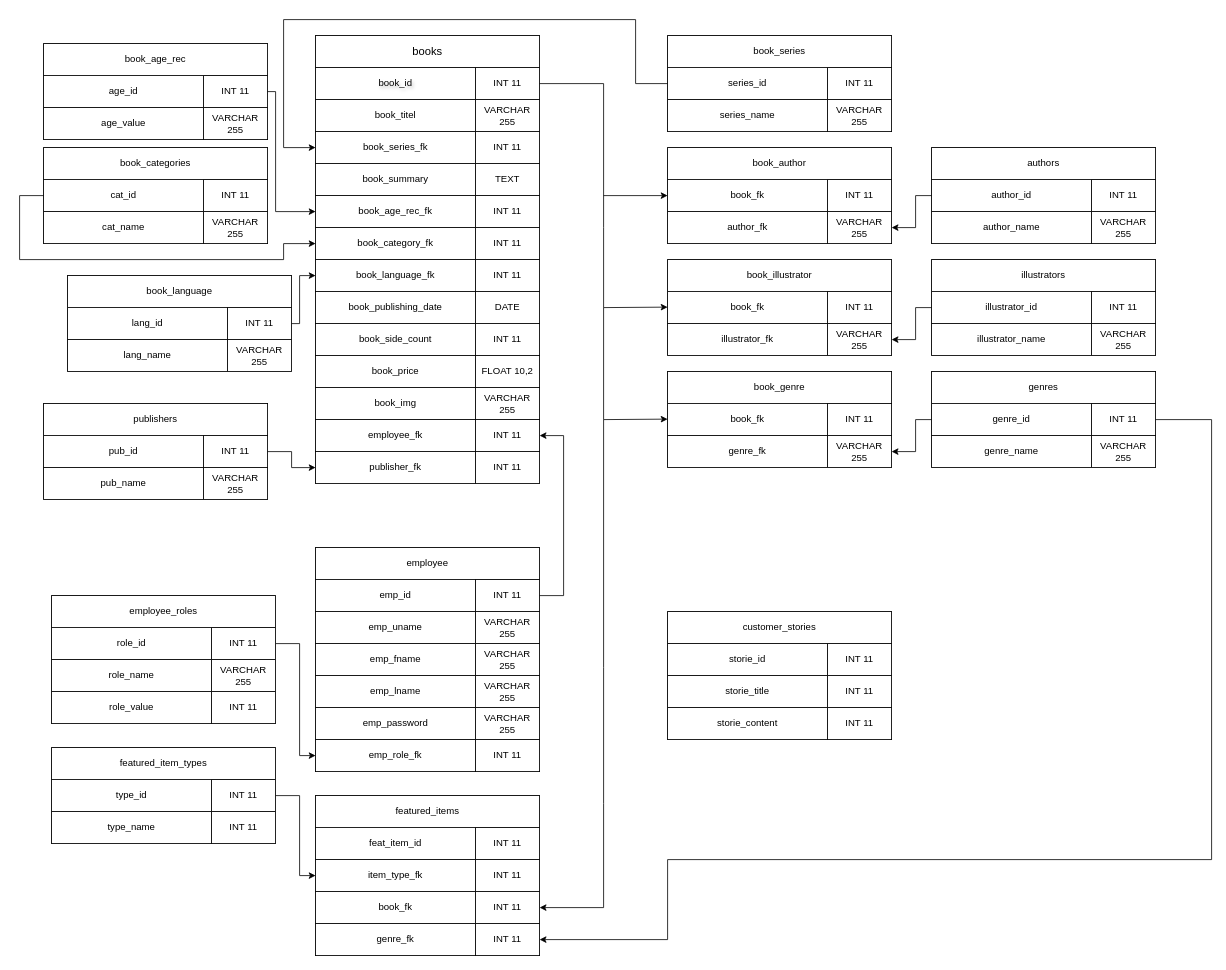
Above: plans/yrkesprov_db_diagram.drawio in RasLin1/qvintus_antikvariat (draw.io), before the change. Source tidied: cells renumbered, new cells numbered last; positions are measured from the earlier drawing's top-left corner, leaving out a move shared by most shapes. Both pictures are drawn from the tidied source at 80%, with x=0, y=0 at pixel (19, 19).
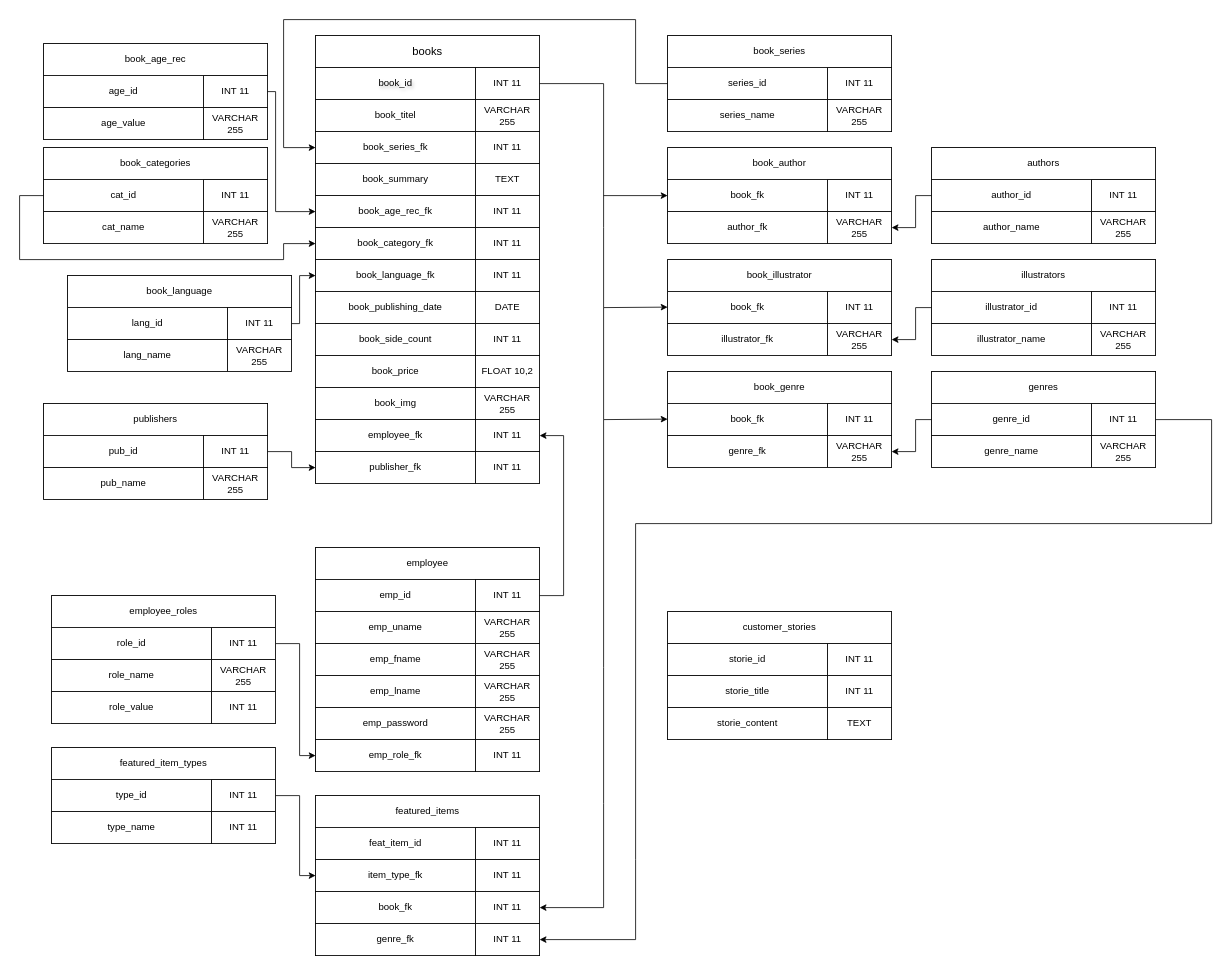
The same page after the edit.

Unchanged cells that the change refers to:
```xml
<mxCell id="78" value="INT 11" style="rounded=0;whiteSpace=wrap;html=1;" parent="1" vertex="1">
  <mxGeometry x="1340" y="480" width="80" height="40" as="geometry" />
</mxCell>
<mxCell id="155" value="INT 11" style="rounded=0;whiteSpace=wrap;html=1;" parent="1" vertex="1">
  <mxGeometry x="570" y="1130" width="80" height="40" as="geometry" />
</mxCell>
```

What changed in the source:
```diff
@@
-    <mxCell id="127" value="INT 11" style="rounded=0;whiteSpace=wrap;html=1;" parent="1" vertex="1">
+    <mxCell id="127" value="TEXT" style="rounded=0;whiteSpace=wrap;html=1;" parent="1" vertex="1">
       <mxGeometry x="1010" y="860" width="80" height="40" as="geometry" />
     </mxCell>
@@
     <mxCell id="137" style="endArrow=none;html=1;rounded=0;entryX=1;entryY=0.5;entryDx=0;entryDy=0;" parent="1" edge="1" target="78">
       <mxGeometry relative="1" as="geometry">
-        <mxPoint x="810" y="1050" as="sourcePoint" />
+        <mxPoint x="770" y="1050" as="sourcePoint" />
         <Array as="points">
-          <mxPoint x="1490" y="1050" />
+          <mxPoint x="770" y="630" />
+          <mxPoint x="1490" y="630" />
           <mxPoint x="1490" y="500" />
         </Array>
       </mxGeometry>
     </mxCell>
@@
     <mxCell id="156" style="endArrow=classic;html=1;rounded=0;entryX=1;entryY=0.5;entryDx=0;entryDy=0;" parent="1" edge="1" target="155">
       <mxGeometry relative="1" as="geometry">
-        <mxPoint x="810" y="1050" as="sourcePoint" />
+        <mxPoint x="770" y="1050" as="sourcePoint" />
         <Array as="points">
-          <mxPoint x="810" y="1150" />
+          <mxPoint x="770" y="1150" />
         </Array>
       </mxGeometry>
     </mxCell>
```
